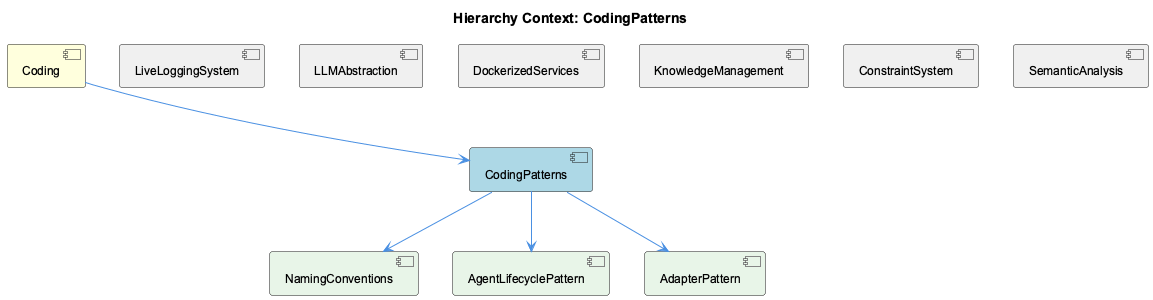
This is knowledge-management/insights/images/coding-patterns-relationship.png from fwornle/coding, a PlantUML export, as it was before one commit.
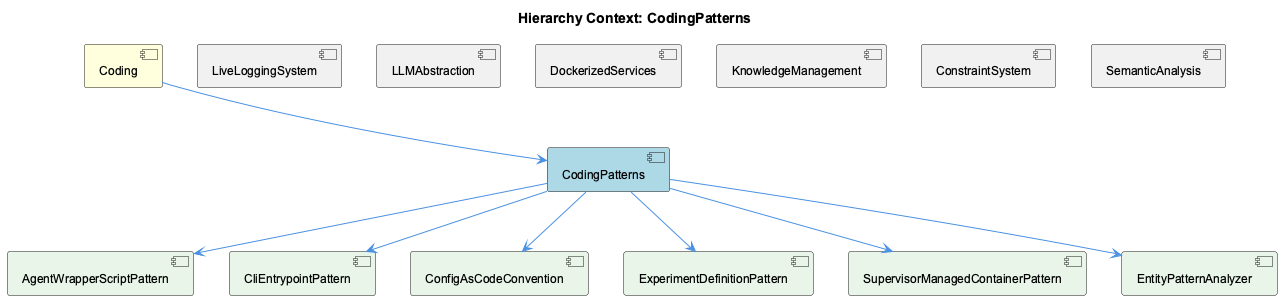
After the change.

What changed in the source:
```diff
@@ -11,9 +11,12 @@
 [KnowledgeManagement] as knowledge_management #F0F0F0
 [ConstraintSystem] as constraint_system #F0F0F0
 [SemanticAnalysis] as semantic_analysis #F0F0F0
-[NamingConventions] as naming_conventions #E8F5E8
-[AgentLifecyclePattern] as agent_lifecycle_pattern #E8F5E8
-[AdapterPattern] as adapter_pattern #E8F5E8
+[AgentWrapperScriptPattern] as agent_wrapper_script_pattern #E8F5E8
+[CliEntrypointPattern] as cli_entrypoint_pattern #E8F5E8
+[ConfigAsCodeConvention] as config_as_code_convention #E8F5E8
+[ExperimentDefinitionPattern] as experiment_definition_pattern #E8F5E8
+[SupervisorManagedContainerPattern] as supervisor_managed_container_pattern #E8F5E8
+[EntityPatternAnalyzer] as entity_pattern_analyzer #E8F5E8
 
 coding --> coding_patterns
 live_logging_system -[hidden]- coding_patterns
@@ -22,8 +25,11 @@
 knowledge_management -[hidden]- coding_patterns
 constraint_system -[hidden]- coding_patterns
 semantic_analysis -[hidden]- coding_patterns
-coding_patterns --> naming_conventions
-coding_patterns --> agent_lifecycle_pattern
-coding_patterns --> adapter_pattern
+coding_patterns --> agent_wrapper_script_pattern
+coding_patterns --> cli_entrypoint_pattern
+coding_patterns --> config_as_code_convention
+coding_patterns --> experiment_definition_pattern
+coding_patterns --> supervisor_managed_container_pattern
+coding_patterns --> entity_pattern_analyzer
 
 @enduml
```
